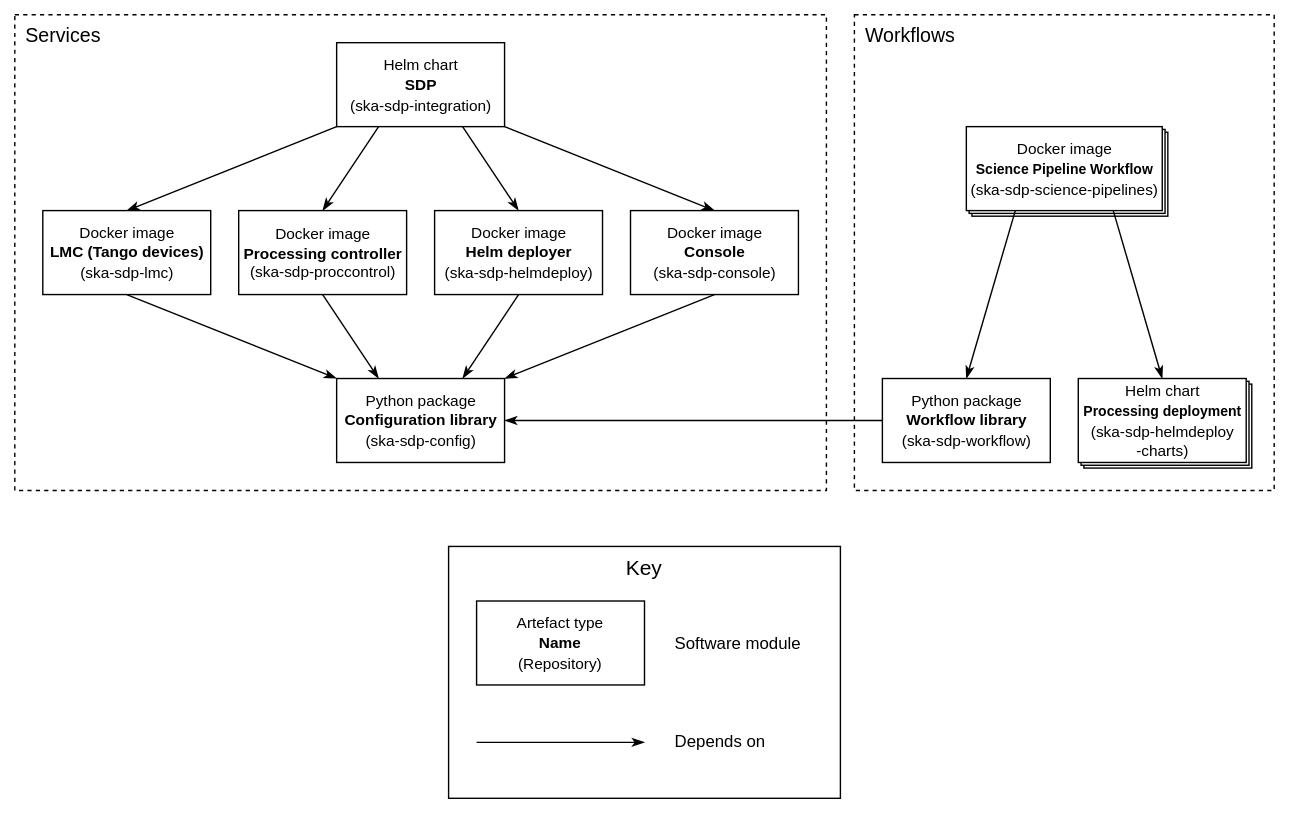
Above: docs/src/images/sdp_modules.svg in ska-telescope/sdp-integration (draw.io), before the change. Source tidied: cells renumbered, new cells last; positions are measured from the earlier drawing's top-left corner, leaving out a move shared by most shapes.
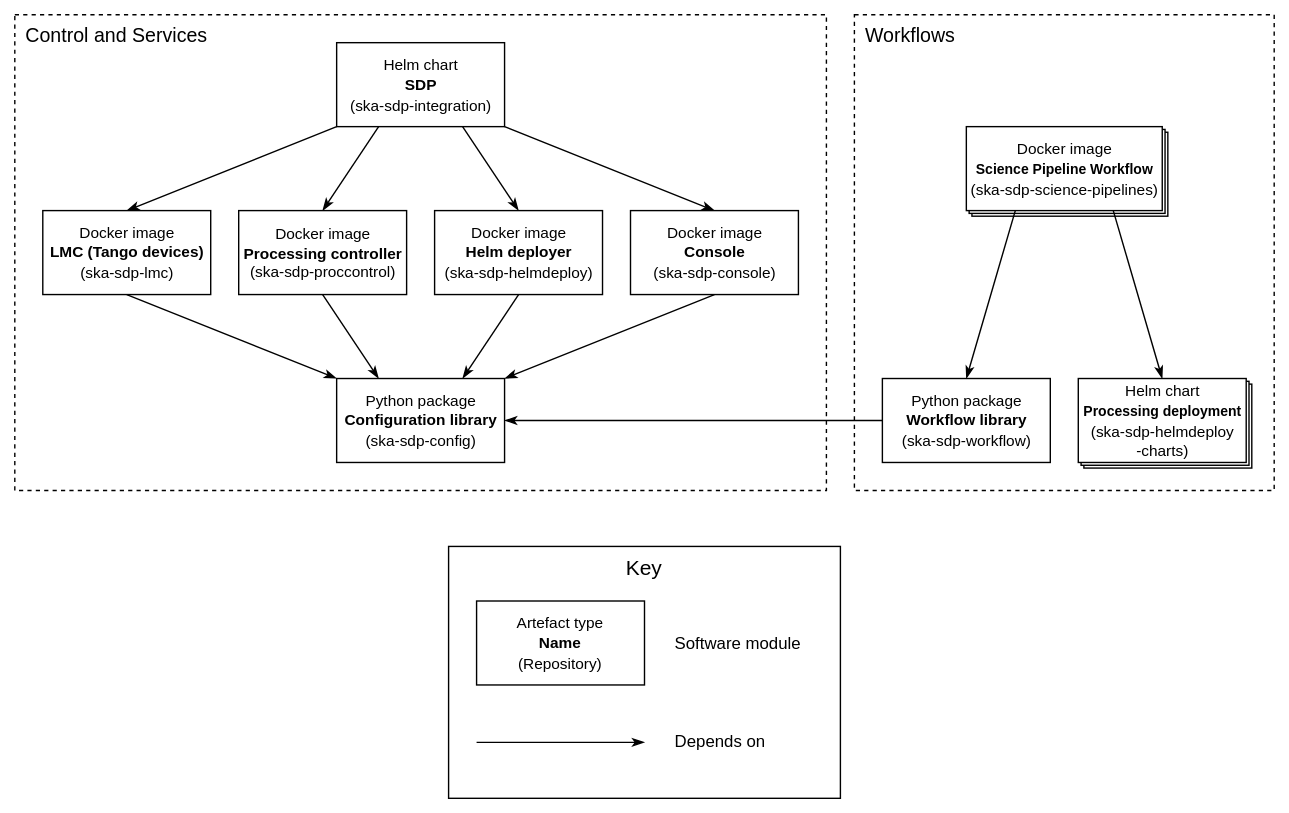
Above is the later version.

Change to the diagram source:
```diff
@@ -17,7 +17,7 @@
     <mxCell id="6" style="rounded=0;whiteSpace=wrap;html=1;align=left;" parent="1" vertex="1">
       <mxGeometry x="682" y="82" width="140" height="60" as="geometry" />
     </mxCell>
-    <mxCell id="7" value="&lt;font style=&quot;font-size: 14px&quot;&gt;Services&lt;/font&gt;" style="rounded=0;whiteSpace=wrap;html=1;fillColor=none;dashed=1;align=left;verticalAlign=top;spacingTop=0;spacingLeft=6;" parent="1" vertex="1">
+    <mxCell id="7" value="&lt;font style=&quot;font-size: 14px&quot;&gt;Control and Services&lt;/font&gt;" style="rounded=0;whiteSpace=wrap;html=1;fillColor=none;dashed=1;align=left;verticalAlign=top;spacingTop=0;spacingLeft=6;" parent="1" vertex="1">
       <mxGeometry width="580" height="340" as="geometry" />
     </mxCell>
     <mxCell id="8" style="edgeStyle=none;rounded=0;jettySize=auto;html=1;exitX=0.5;exitY=1;exitDx=0;exitDy=0;entryX=1;entryY=0;entryDx=0;entryDy=0;endArrow=classicThin;endFill=1;" parent="1" edge="1" source="21" target="19">
```
